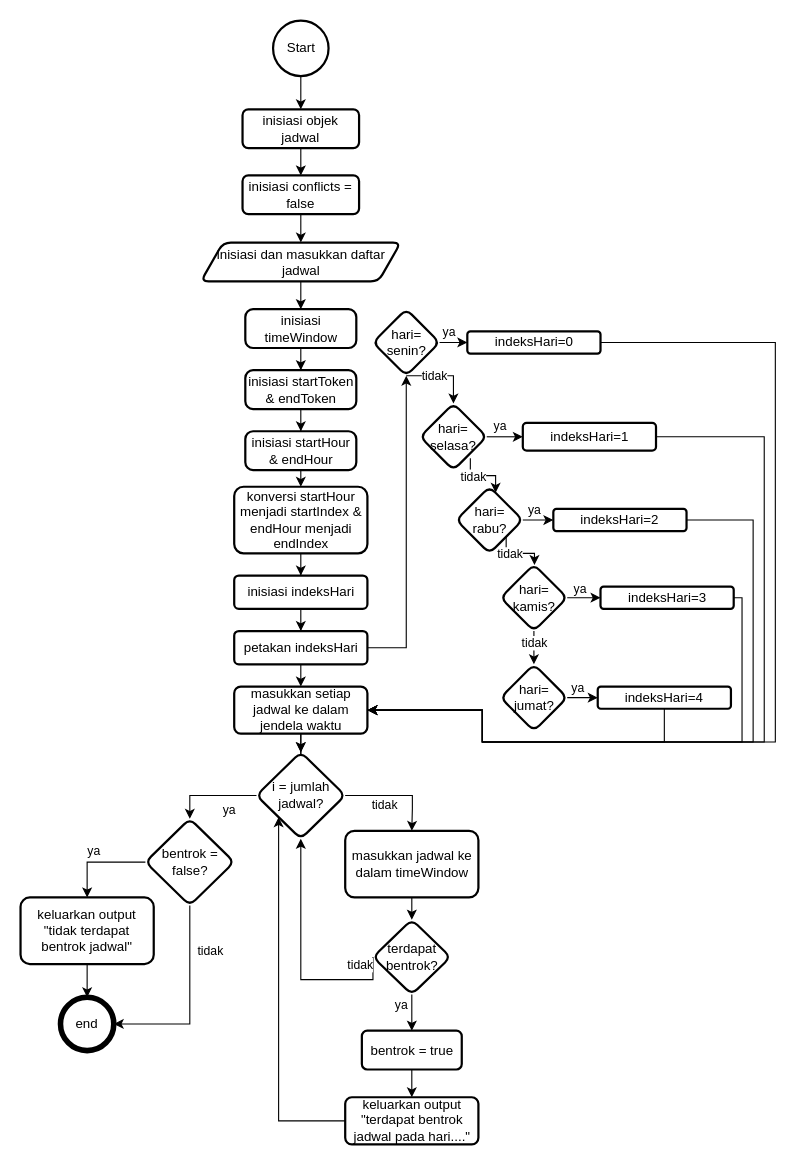
The draw.io diagram diagram/Diagram Alur Hasil Modifikasi Algoritma.drawio in putra443/perangkat-lunak-simulasi-frs, before the edit. Source tidied: cells renumbered, new cells numbered last; positions are measured from the earlier drawing's top-left corner, leaving out a move shared by most shapes. Both pictures are drawn from the tidied source at 111%, with x=0, y=0 at pixel (20, 20).
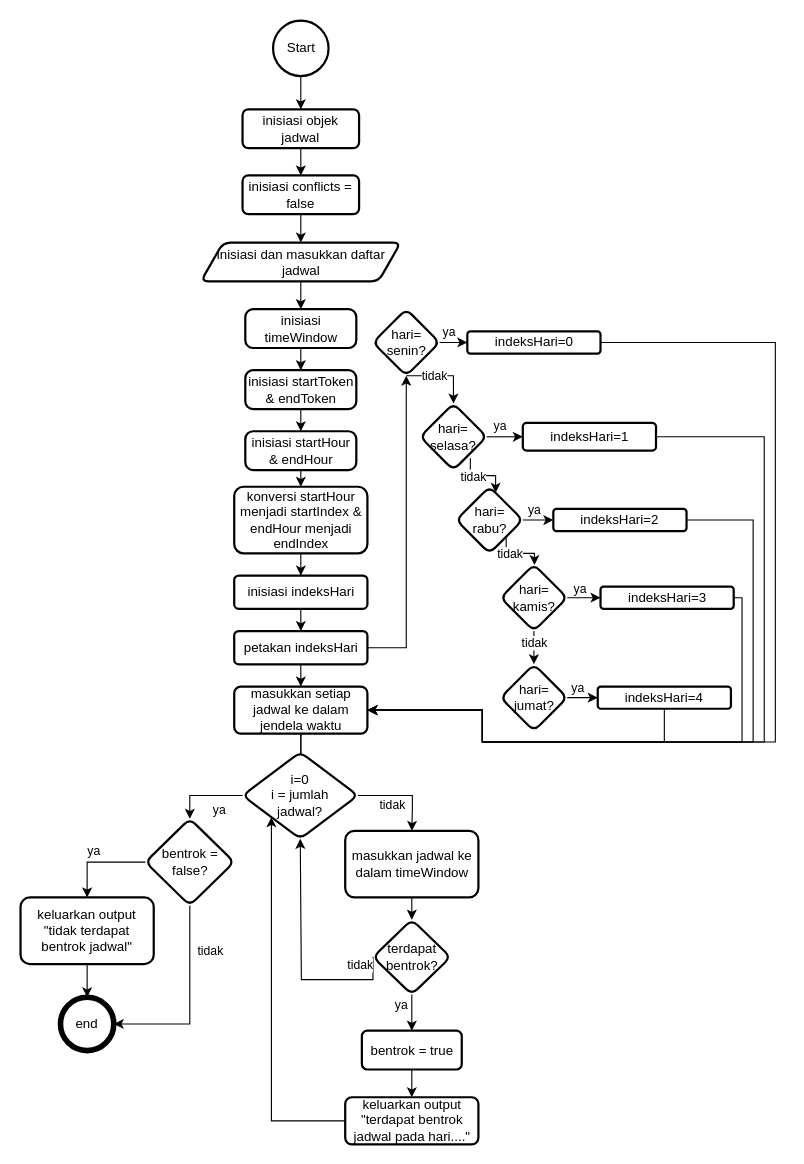
After the change.

What changed in the source:
```diff
@@
-    <mxCell id="15" value="i = jumlah&lt;br&gt;jadwal?" style="rhombus;whiteSpace=wrap;html=1;rounded=1;arcSize=14;strokeWidth=2;" parent="1" vertex="1">
-      <mxGeometry x="212.5" y="659.1" width="80" height="78.1" as="geometry" />
+    <mxCell id="15" value="i=0&lt;br&gt;i = jumlah&lt;br&gt;jadwal?" style="rhombus;whiteSpace=wrap;html=1;rounded=1;arcSize=14;strokeWidth=2;" parent="1" vertex="1">
+      <mxGeometry x="200" y="659.1" width="104" height="78.1" as="geometry" />
     </mxCell>
```
